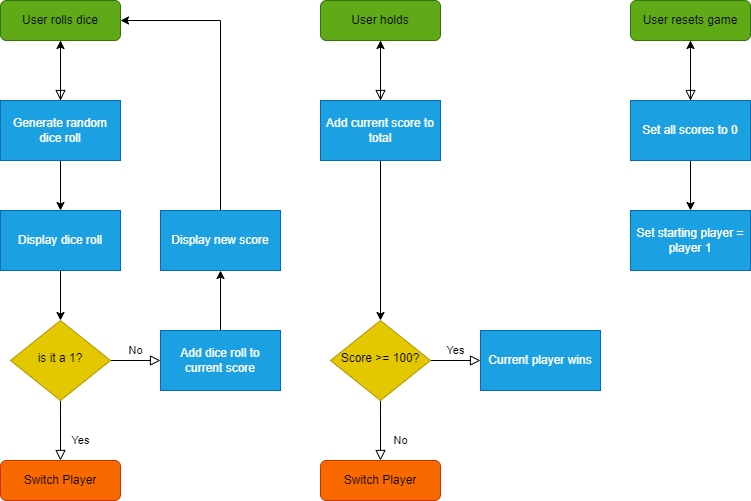
The draw.io diagram dice_game_processes.drawio.png in KaminoSec/dice_game, before a commit. Source tidied: cells renumbered, new cells last; positions are measured from the earlier drawing's top-left corner, leaving out a move shared by most shapes.
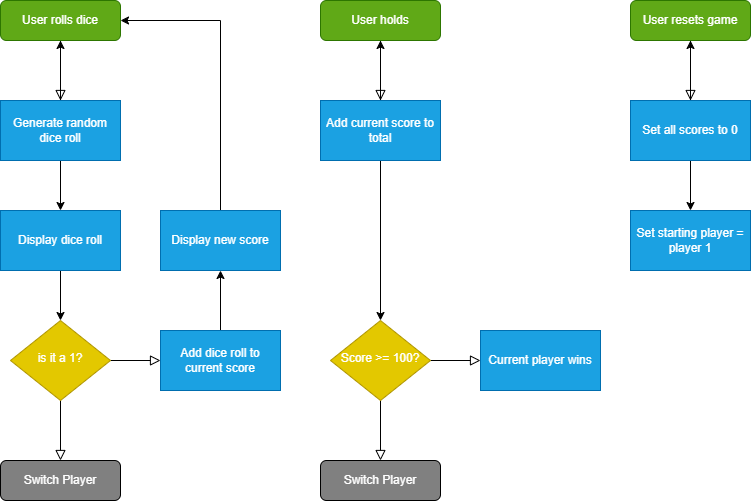
Above is the later version.

The edit, as a diff of the source:
```diff
@@ -2,114 +2,116 @@
   <root>
     <mxCell id="0" />
     <mxCell id="1" parent="0" />
-    <mxCell id="2" style="rounded=0;html=1;jettySize=auto;fontSize=11;endArrow=block;endFill=0;endSize=8;strokeWidth=1;shadow=0;labelBackgroundColor=none;edgeStyle=orthogonalEdgeStyle;entryX=0.5;entryY=0;entryDx=0;entryDy=0;" parent="1" edge="1" source="3">
+    <mxCell id="2" style="rounded=0;html=1;jettySize=auto;fontSize=11;endArrow=block;endFill=0;endSize=8;strokeWidth=1;shadow=0;labelBackgroundColor=none;edgeStyle=orthogonalEdgeStyle;entryX=0.5;entryY=0;entryDx=0;entryDy=0;fontColor=#FFFFFF;" parent="1" edge="1" source="3">
       <mxGeometry relative="1" as="geometry">
         <mxPoint x="60" y="100" as="targetPoint" />
       </mxGeometry>
     </mxCell>
-    <mxCell id="3" value="&lt;font color=&quot;#000000&quot;&gt;User rolls dice&lt;/font&gt;" style="rounded=1;whiteSpace=wrap;html=1;fontSize=12;glass=0;strokeWidth=1;shadow=0;fillColor=#60a917;fontColor=#ffffff;strokeColor=#2D7600;" parent="1" vertex="1">
+    <mxCell id="3" value="&lt;font&gt;User rolls dice&lt;/font&gt;" style="rounded=1;whiteSpace=wrap;html=1;fontSize=12;glass=0;strokeWidth=1;shadow=0;fillColor=#60a917;fontColor=#FFFFFF;strokeColor=#2D7600;" parent="1" vertex="1">
       <mxGeometry width="120" height="40" as="geometry" />
     </mxCell>
-    <mxCell id="4" value="Yes" style="rounded=0;html=1;jettySize=auto;fontSize=11;endArrow=block;endFill=0;endSize=8;strokeWidth=1;shadow=0;labelBackgroundColor=none;edgeStyle=orthogonalEdgeStyle;" parent="1" edge="1" source="6" target="7">
+    <mxCell id="4" value="Yes" style="rounded=0;html=1;jettySize=auto;fontSize=11;endArrow=block;endFill=0;endSize=8;strokeWidth=1;shadow=0;labelBackgroundColor=none;edgeStyle=orthogonalEdgeStyle;fontColor=#FFFFFF;" parent="1" edge="1" source="6" target="7">
       <mxGeometry x="0.33" y="20" relative="1" as="geometry" />
     </mxCell>
-    <mxCell id="5" value="No" style="edgeStyle=orthogonalEdgeStyle;rounded=0;html=1;jettySize=auto;fontSize=11;endArrow=block;endFill=0;endSize=8;strokeWidth=1;shadow=0;labelBackgroundColor=none;" parent="1" edge="1" source="6">
+    <mxCell id="5" value="No" style="edgeStyle=orthogonalEdgeStyle;rounded=0;html=1;jettySize=auto;fontSize=11;endArrow=block;endFill=0;endSize=8;strokeWidth=1;shadow=0;labelBackgroundColor=none;fontColor=#FFFFFF;" parent="1" edge="1" source="6">
       <mxGeometry y="10" relative="1" as="geometry">
         <mxPoint x="160" y="360" as="targetPoint" />
       </mxGeometry>
     </mxCell>
-    <mxCell id="6" value="is it a 1?" style="rhombus;whiteSpace=wrap;html=1;shadow=0;fontFamily=Helvetica;fontSize=12;align=center;strokeWidth=1;spacing=6;spacingTop=-4;fillColor=#e3c800;fontColor=#000000;strokeColor=#B09500;" parent="1" vertex="1">
+    <mxCell id="6" value="is it a 1?" style="rhombus;whiteSpace=wrap;html=1;shadow=0;fontFamily=Helvetica;fontSize=12;align=center;strokeWidth=1;spacing=6;spacingTop=-4;fillColor=#e3c800;fontColor=#FFFFFF;strokeColor=#B09500;" parent="1" vertex="1">
       <mxGeometry x="10" y="320" width="100" height="80" as="geometry" />
     </mxCell>
-    <mxCell id="7" value="Switch Player" style="rounded=1;whiteSpace=wrap;html=1;fontSize=12;glass=0;strokeWidth=1;shadow=0;fillColor=#fa6800;fontColor=#000000;strokeColor=#C73500;" parent="1" vertex="1">
+    <mxCell id="7" value="Switch Player" style="rounded=1;whiteSpace=wrap;html=1;fontSize=12;glass=0;strokeWidth=1;shadow=0;fillColor=#808080;fontColor=#FFFFFF;strokeColor=#000000;" parent="1" vertex="1">
       <mxGeometry y="460" width="120" height="40" as="geometry" />
     </mxCell>
-    <mxCell id="8" style="edgeStyle=orthogonalEdgeStyle;rounded=0;jettySize=auto;html=1;exitX=0.5;exitY=0;exitDx=0;exitDy=0;exitPerimeter=0;" parent="1" edge="1" target="3">
+    <mxCell id="8" style="edgeStyle=orthogonalEdgeStyle;rounded=0;jettySize=auto;html=1;exitX=0.5;exitY=0;exitDx=0;exitDy=0;exitPerimeter=0;fontColor=#FFFFFF;" parent="1" edge="1" target="3">
       <mxGeometry relative="1" as="geometry">
         <mxPoint x="60" y="100" as="sourcePoint" />
       </mxGeometry>
     </mxCell>
-    <mxCell id="9" style="edgeStyle=orthogonalEdgeStyle;rounded=0;jettySize=auto;html=1;exitX=0.5;exitY=1;exitDx=0;exitDy=0;entryX=0.5;entryY=0;entryDx=0;entryDy=0;" parent="1" edge="1" source="10" target="12">
+    <mxCell id="9" style="edgeStyle=orthogonalEdgeStyle;rounded=0;jettySize=auto;html=1;exitX=0.5;exitY=1;exitDx=0;exitDy=0;entryX=0.5;entryY=0;entryDx=0;entryDy=0;fontColor=#FFFFFF;" parent="1" edge="1" source="10" target="12">
       <mxGeometry relative="1" as="geometry" />
     </mxCell>
-    <mxCell id="10" value="Generate random dice roll" style="rounded=0;whiteSpace=wrap;html=1;fillColor=#1ba1e2;fontColor=#ffffff;strokeColor=#006EAF;" parent="1" vertex="1">
+    <mxCell id="10" value="Generate random dice roll" style="rounded=0;whiteSpace=wrap;html=1;fillColor=#1ba1e2;fontColor=#FFFFFF;strokeColor=#006EAF;" parent="1" vertex="1">
       <mxGeometry y="100" width="120" height="60" as="geometry" />
     </mxCell>
-    <mxCell id="11" style="edgeStyle=orthogonalEdgeStyle;rounded=0;jettySize=auto;html=1;exitX=0.5;exitY=1;exitDx=0;exitDy=0;entryX=0.5;entryY=0;entryDx=0;entryDy=0;" parent="1" edge="1" source="12" target="6">
+    <mxCell id="11" style="edgeStyle=orthogonalEdgeStyle;rounded=0;jettySize=auto;html=1;exitX=0.5;exitY=1;exitDx=0;exitDy=0;entryX=0.5;entryY=0;entryDx=0;entryDy=0;fontColor=#FFFFFF;" parent="1" edge="1" source="12" target="6">
       <mxGeometry relative="1" as="geometry" />
     </mxCell>
-    <mxCell id="12" value="Display dice roll" style="rounded=0;whiteSpace=wrap;html=1;fillColor=#1ba1e2;fontColor=#ffffff;strokeColor=#006EAF;" parent="1" vertex="1">
+    <mxCell id="12" value="Display dice roll" style="rounded=0;whiteSpace=wrap;html=1;fillColor=#1ba1e2;fontColor=#FFFFFF;strokeColor=#006EAF;" parent="1" vertex="1">
       <mxGeometry y="210" width="120" height="60" as="geometry" />
     </mxCell>
-    <mxCell id="13" style="edgeStyle=orthogonalEdgeStyle;rounded=0;jettySize=auto;html=1;exitX=0.5;exitY=0;exitDx=0;exitDy=0;entryX=0.5;entryY=1;entryDx=0;entryDy=0;" parent="1" edge="1" source="14" target="16">
+    <mxCell id="13" style="edgeStyle=orthogonalEdgeStyle;rounded=0;jettySize=auto;html=1;exitX=0.5;exitY=0;exitDx=0;exitDy=0;entryX=0.5;entryY=1;entryDx=0;entryDy=0;fontColor=#FFFFFF;" parent="1" edge="1" source="14" target="16">
       <mxGeometry relative="1" as="geometry" />
     </mxCell>
-    <mxCell id="14" value="Add dice roll to current score" style="rounded=0;whiteSpace=wrap;html=1;fillColor=#1ba1e2;fontColor=#ffffff;strokeColor=#006EAF;" parent="1" vertex="1">
+    <mxCell id="14" value="Add dice roll to current score" style="rounded=0;whiteSpace=wrap;html=1;fillColor=#1ba1e2;fontColor=#FFFFFF;strokeColor=#006EAF;" parent="1" vertex="1">
       <mxGeometry x="160" y="330" width="120" height="60" as="geometry" />
     </mxCell>
-    <mxCell id="15" style="edgeStyle=orthogonalEdgeStyle;rounded=0;jettySize=auto;html=1;entryX=1;entryY=0.5;entryDx=0;entryDy=0;exitX=0.5;exitY=0;exitDx=0;exitDy=0;" parent="1" edge="1" source="16" target="3">
+    <mxCell id="15" style="edgeStyle=orthogonalEdgeStyle;rounded=0;jettySize=auto;html=1;entryX=1;entryY=0.5;entryDx=0;entryDy=0;exitX=0.5;exitY=0;exitDx=0;exitDy=0;fontColor=#FFFFFF;" parent="1" edge="1" source="16" target="3">
       <mxGeometry relative="1" as="geometry" />
     </mxCell>
-    <mxCell id="16" value="Display new score" style="rounded=0;whiteSpace=wrap;html=1;fillColor=#1ba1e2;fontColor=#ffffff;strokeColor=#006EAF;" parent="1" vertex="1">
+    <mxCell id="16" value="Display new score" style="rounded=0;whiteSpace=wrap;html=1;fillColor=#1ba1e2;fontColor=#FFFFFF;strokeColor=#006EAF;" parent="1" vertex="1">
       <mxGeometry x="160" y="210" width="120" height="60" as="geometry" />
     </mxCell>
-    <mxCell id="17" style="rounded=0;html=1;jettySize=auto;fontSize=11;endArrow=block;endFill=0;endSize=8;strokeWidth=1;shadow=0;labelBackgroundColor=none;edgeStyle=orthogonalEdgeStyle;entryX=0.5;entryY=0;entryDx=0;entryDy=0;" parent="1" edge="1" source="18">
+    <mxCell id="17" style="rounded=0;html=1;jettySize=auto;fontSize=11;endArrow=block;endFill=0;endSize=8;strokeWidth=1;shadow=0;labelBackgroundColor=none;edgeStyle=orthogonalEdgeStyle;entryX=0.5;entryY=0;entryDx=0;entryDy=0;fontColor=#FFFFFF;" parent="1" edge="1" source="18">
       <mxGeometry relative="1" as="geometry">
         <mxPoint x="380" y="100" as="targetPoint" />
       </mxGeometry>
     </mxCell>
-    <mxCell id="18" value="&lt;font color=&quot;#000000&quot;&gt;User holds&lt;/font&gt;" style="rounded=1;whiteSpace=wrap;html=1;fontSize=12;glass=0;strokeWidth=1;shadow=0;fillColor=#60a917;fontColor=#ffffff;strokeColor=#2D7600;" parent="1" vertex="1">
+    <mxCell id="18" value="&lt;font&gt;User holds&lt;/font&gt;" style="rounded=1;whiteSpace=wrap;html=1;fontSize=12;glass=0;strokeWidth=1;shadow=0;fillColor=#60a917;fontColor=#FFFFFF;strokeColor=#2D7600;" parent="1" vertex="1">
       <mxGeometry x="320" width="120" height="40" as="geometry" />
     </mxCell>
-    <mxCell id="19" value="No" style="rounded=0;html=1;jettySize=auto;fontSize=11;endArrow=block;endFill=0;endSize=8;strokeWidth=1;shadow=0;labelBackgroundColor=none;edgeStyle=orthogonalEdgeStyle;" parent="1" edge="1" source="21" target="22">
-      <mxGeometry x="0.33" y="20" relative="1" as="geometry" />
+    <mxCell id="19" value="No" style="rounded=0;html=1;jettySize=auto;fontSize=11;endArrow=block;endFill=0;endSize=8;strokeWidth=1;shadow=0;labelBackgroundColor=none;edgeStyle=orthogonalEdgeStyle;fontColor=#FFFFFF;" parent="1" edge="1" source="21">
+      <mxGeometry x="0.33" y="20" relative="1" as="geometry">
+        <mxPoint x="380" y="460" as="targetPoint" />
+      </mxGeometry>
     </mxCell>
-    <mxCell id="20" value="Yes" style="edgeStyle=orthogonalEdgeStyle;rounded=0;html=1;jettySize=auto;fontSize=11;endArrow=block;endFill=0;endSize=8;strokeWidth=1;shadow=0;labelBackgroundColor=none;" parent="1" edge="1" source="21">
+    <mxCell id="20" value="Yes" style="edgeStyle=orthogonalEdgeStyle;rounded=0;html=1;jettySize=auto;fontSize=11;endArrow=block;endFill=0;endSize=8;strokeWidth=1;shadow=0;labelBackgroundColor=none;fontColor=#FFFFFF;" parent="1" edge="1" source="21">
       <mxGeometry y="10" relative="1" as="geometry">
         <mxPoint x="480" y="360" as="targetPoint" />
       </mxGeometry>
     </mxCell>
-    <mxCell id="21" value="Score &amp;gt;= 100?" style="rhombus;whiteSpace=wrap;html=1;shadow=0;fontFamily=Helvetica;fontSize=12;align=center;strokeWidth=1;spacing=6;spacingTop=-4;fillColor=#e3c800;fontColor=#000000;strokeColor=#B09500;" parent="1" vertex="1">
+    <mxCell id="21" value="Score &amp;gt;= 100?" style="rhombus;whiteSpace=wrap;html=1;shadow=0;fontFamily=Helvetica;fontSize=12;align=center;strokeWidth=1;spacing=6;spacingTop=-4;fillColor=#e3c800;fontColor=#FFFFFF;strokeColor=#B09500;" parent="1" vertex="1">
       <mxGeometry x="330" y="320" width="100" height="80" as="geometry" />
     </mxCell>
-    <mxCell id="22" value="Switch Player" style="rounded=1;whiteSpace=wrap;html=1;fontSize=12;glass=0;strokeWidth=1;shadow=0;fillColor=#fa6800;fontColor=#000000;strokeColor=#C73500;" parent="1" vertex="1">
-      <mxGeometry x="320" y="460" width="120" height="40" as="geometry" />
-    </mxCell>
-    <mxCell id="23" style="edgeStyle=orthogonalEdgeStyle;rounded=0;jettySize=auto;html=1;exitX=0.5;exitY=0;exitDx=0;exitDy=0;exitPerimeter=0;" parent="1" edge="1" target="18">
+    <mxCell id="23" style="edgeStyle=orthogonalEdgeStyle;rounded=0;jettySize=auto;html=1;exitX=0.5;exitY=0;exitDx=0;exitDy=0;exitPerimeter=0;fontColor=#FFFFFF;" parent="1" edge="1" target="18">
       <mxGeometry relative="1" as="geometry">
         <mxPoint x="380" y="100" as="sourcePoint" />
       </mxGeometry>
     </mxCell>
-    <mxCell id="24" style="edgeStyle=orthogonalEdgeStyle;rounded=0;jettySize=auto;html=1;exitX=0.5;exitY=1;exitDx=0;exitDy=0;entryX=0.5;entryY=0;entryDx=0;entryDy=0;" parent="1" edge="1" source="25" target="21">
+    <mxCell id="24" style="edgeStyle=orthogonalEdgeStyle;rounded=0;jettySize=auto;html=1;exitX=0.5;exitY=1;exitDx=0;exitDy=0;entryX=0.5;entryY=0;entryDx=0;entryDy=0;fontColor=#FFFFFF;" parent="1" edge="1" source="25" target="21">
       <mxGeometry relative="1" as="geometry" />
     </mxCell>
-    <mxCell id="25" value="Add current score to total" style="rounded=0;whiteSpace=wrap;html=1;fillColor=#1ba1e2;fontColor=#ffffff;strokeColor=#006EAF;" parent="1" vertex="1">
+    <mxCell id="25" value="Add current score to total" style="rounded=0;whiteSpace=wrap;html=1;fillColor=#1ba1e2;fontColor=#FFFFFF;strokeColor=#006EAF;" parent="1" vertex="1">
       <mxGeometry x="320" y="100" width="120" height="60" as="geometry" />
     </mxCell>
-    <mxCell id="26" value="Current player wins" style="rounded=0;whiteSpace=wrap;html=1;fillColor=#1ba1e2;fontColor=#ffffff;strokeColor=#006EAF;" parent="1" vertex="1">
+    <mxCell id="26" value="Current player wins" style="rounded=0;whiteSpace=wrap;html=1;fillColor=#1ba1e2;fontColor=#FFFFFF;strokeColor=#006EAF;" parent="1" vertex="1">
       <mxGeometry x="480" y="330" width="120" height="60" as="geometry" />
     </mxCell>
-    <mxCell id="27" style="rounded=0;html=1;jettySize=auto;fontSize=11;endArrow=block;endFill=0;endSize=8;strokeWidth=1;shadow=0;labelBackgroundColor=none;edgeStyle=orthogonalEdgeStyle;entryX=0.5;entryY=0;entryDx=0;entryDy=0;" parent="1" edge="1" source="28">
+    <mxCell id="27" style="rounded=0;html=1;jettySize=auto;fontSize=11;endArrow=block;endFill=0;endSize=8;strokeWidth=1;shadow=0;labelBackgroundColor=none;edgeStyle=orthogonalEdgeStyle;entryX=0.5;entryY=0;entryDx=0;entryDy=0;fontColor=#FFFFFF;" parent="1" edge="1" source="28">
       <mxGeometry relative="1" as="geometry">
         <mxPoint x="690" y="100" as="targetPoint" />
       </mxGeometry>
     </mxCell>
-    <mxCell id="28" value="&lt;font color=&quot;#000000&quot;&gt;User resets game&lt;/font&gt;" style="rounded=1;whiteSpace=wrap;html=1;fontSize=12;glass=0;strokeWidth=1;shadow=0;fillColor=#60a917;fontColor=#ffffff;strokeColor=#2D7600;" parent="1" vertex="1">
+    <mxCell id="28" value="&lt;font&gt;User resets game&lt;/font&gt;" style="rounded=1;whiteSpace=wrap;html=1;fontSize=12;glass=0;strokeWidth=1;shadow=0;fillColor=#60a917;fontColor=#FFFFFF;strokeColor=#2D7600;" parent="1" vertex="1">
       <mxGeometry x="630" width="120" height="40" as="geometry" />
     </mxCell>
-    <mxCell id="29" style="edgeStyle=orthogonalEdgeStyle;rounded=0;jettySize=auto;html=1;exitX=0.5;exitY=0;exitDx=0;exitDy=0;exitPerimeter=0;" parent="1" edge="1" target="28">
+    <mxCell id="29" style="edgeStyle=orthogonalEdgeStyle;rounded=0;jettySize=auto;html=1;exitX=0.5;exitY=0;exitDx=0;exitDy=0;exitPerimeter=0;fontColor=#FFFFFF;" parent="1" edge="1" target="28">
       <mxGeometry relative="1" as="geometry">
         <mxPoint x="690" y="100" as="sourcePoint" />
       </mxGeometry>
     </mxCell>
-    <mxCell id="30" style="edgeStyle=orthogonalEdgeStyle;rounded=0;jettySize=auto;html=1;exitX=0.5;exitY=1;exitDx=0;exitDy=0;entryX=0.5;entryY=0;entryDx=0;entryDy=0;" parent="1" edge="1" source="31" target="32">
+    <mxCell id="30" style="edgeStyle=orthogonalEdgeStyle;rounded=0;jettySize=auto;html=1;exitX=0.5;exitY=1;exitDx=0;exitDy=0;entryX=0.5;entryY=0;entryDx=0;entryDy=0;fontColor=#FFFFFF;" parent="1" edge="1" source="31" target="32">
       <mxGeometry relative="1" as="geometry" />
     </mxCell>
-    <mxCell id="31" value="Set all scores to 0" style="rounded=0;whiteSpace=wrap;html=1;fillColor=#1ba1e2;fontColor=#ffffff;strokeColor=#006EAF;" parent="1" vertex="1">
+    <mxCell id="31" value="Set all scores to 0" style="rounded=0;whiteSpace=wrap;html=1;fillColor=#1ba1e2;fontColor=#FFFFFF;strokeColor=#006EAF;" parent="1" vertex="1">
       <mxGeometry x="630" y="100" width="120" height="60" as="geometry" />
     </mxCell>
-    <mxCell id="32" value="Set starting player = player 1" style="rounded=0;whiteSpace=wrap;html=1;fillColor=#1ba1e2;fontColor=#ffffff;strokeColor=#006EAF;" parent="1" vertex="1">
+    <mxCell id="32" value="Set starting player = player 1" style="rounded=0;whiteSpace=wrap;html=1;fillColor=#1ba1e2;fontColor=#FFFFFF;strokeColor=#006EAF;" parent="1" vertex="1">
       <mxGeometry x="630" y="210" width="120" height="60" as="geometry" />
     </mxCell>
+    <mxCell id="22" value="Switch Player" style="rounded=1;whiteSpace=wrap;html=1;fontSize=12;glass=0;strokeWidth=1;shadow=0;fillColor=#808080;fontColor=#FFFFFF;strokeColor=#000000;" parent="1" vertex="1">
+      <mxGeometry x="320" y="460" width="120" height="40" as="geometry" />
+    </mxCell>
   </root>
 </mxGraphModel>
```
